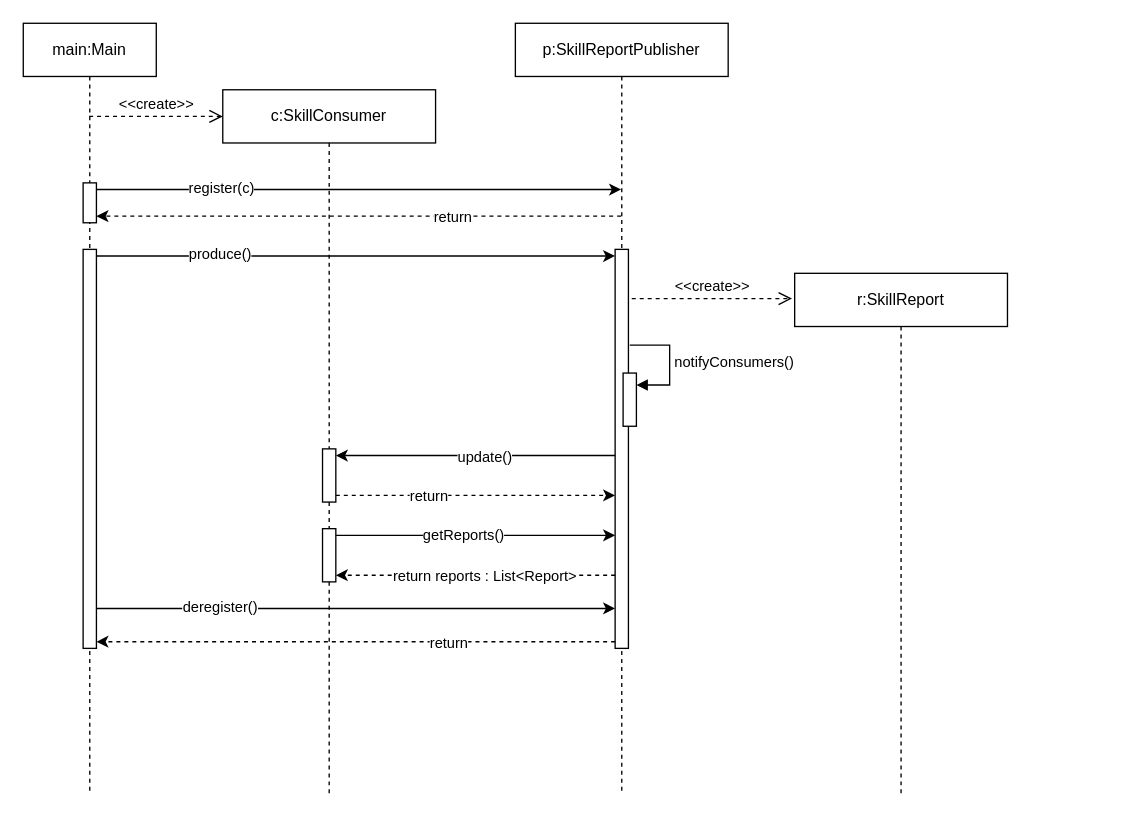
The draw.io diagram src/org/hbrs/se1/ws25/exercises/uebung9/aufgabe1/Übung9_Aufg1_mkierd2s.drawio in mike9701/se1ws25_mkierd2s, before the edit. Source tidied: cells renumbered, new cells numbered last; positions are measured from the earlier drawing's top-left corner, leaving out a move shared by most shapes. Both pictures are drawn from the tidied source at 133%, with x=0, y=0 at pixel (23, 23).
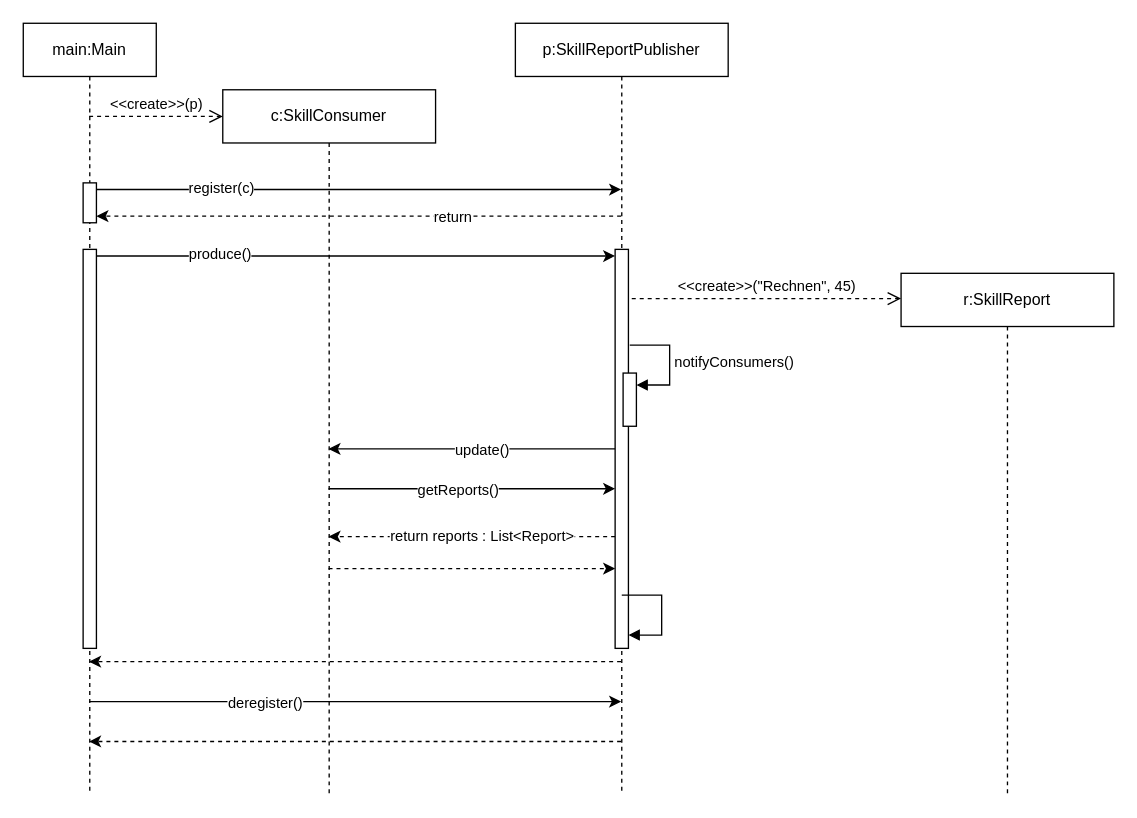
The same page after the edit.

Commit message (it also covers changes not shown here):
Added Übung9 Aufg1

The change refers to these unchanged cells:
```xml
<mxCell id="2" value="main:Main" style="shape=umlLifeline;perimeter=lifelinePerimeter;whiteSpace=wrap;html=1;outlineConnect=0;portConstraint=eastwest;newEdgeStyle={&quot;curved&quot;:0,&quot;rounded&quot;:0};" parent="1" vertex="1">
  <mxGeometry width="100" height="580" as="geometry" />
</mxCell>
<mxCell id="4" style="html=1;points=[[0,0,0,0,5],[0,1,0,0,-5],[1,0,0,0,5],[1,1,0,0,-5]];perimeter=orthogonalPerimeter;outlineConnect=0;targetShapes=umlLifeline;portConstraint=eastwest;newEdgeStyle={&quot;curved&quot;:0,&quot;rounded&quot;:0};" parent="2" vertex="1">
  <mxGeometry x="45" y="170" width="10" height="300" as="geometry" />
</mxCell>
<mxCell id="6" style="html=1;points=[[0,0,0,0,5],[0,1,0,0,-5],[1,0,0,0,5],[1,1,0,0,-5]];perimeter=orthogonalPerimeter;outlineConnect=0;targetShapes=umlLifeline;portConstraint=eastwest;newEdgeStyle={&quot;curved&quot;:0,&quot;rounded&quot;:0};" parent="5" vertex="1">
  <mxGeometry x="75" y="170" width="10" height="300" as="geometry" />
</mxCell>
<mxCell id="9" value="c:SkillConsumer" style="shape=umlLifeline;perimeter=lifelinePerimeter;whiteSpace=wrap;html=1;outlineConnect=0;portConstraint=eastwest;newEdgeStyle={&quot;curved&quot;:0,&quot;rounded&quot;:0};" parent="1" vertex="1">
  <mxGeometry x="150" y="50" width="160" height="530" as="geometry" />
</mxCell>
```

Change to the diagram source:
```diff
@@
-    <mxCell id="10" style="html=1;points=[[0,0,0,0,5],[0,1,0,0,-5],[1,0,0,0,5],[1,1,0,0,-5]];perimeter=orthogonalPerimeter;outlineConnect=0;targetShapes=umlLifeline;portConstraint=eastwest;newEdgeStyle={&quot;curved&quot;:0,&quot;rounded&quot;:0};" parent="9" vertex="1">
-      <mxGeometry x="75" y="270" width="10" height="40" as="geometry" />
-    </mxCell>
-    <mxCell id="11" style="html=1;points=[[0,0,0,0,5],[0,1,0,0,-5],[1,0,0,0,5],[1,1,0,0,-5]];perimeter=orthogonalPerimeter;outlineConnect=0;targetShapes=umlLifeline;portConstraint=eastwest;newEdgeStyle={&quot;curved&quot;:0,&quot;rounded&quot;:0};" parent="9" vertex="1">
-      <mxGeometry x="75" y="330" width="10" height="40" as="geometry" />
-    </mxCell>
     <mxCell id="12" value="r:SkillReport" style="shape=umlLifeline;perimeter=lifelinePerimeter;whiteSpace=wrap;html=1;newEdgeStyle={&quot;curved&quot;:0,&quot;rounded&quot;:0};" parent="1" vertex="1">
-      <mxGeometry x="580" y="188" width="160" height="392" as="geometry" />
+      <mxGeometry x="660" y="188" width="160" height="392" as="geometry" />
     </mxCell>
-    <mxCell id="13" value="&amp;lt;&amp;lt;create&amp;gt;&amp;gt;" style="endArrow=open;startArrow=none;endFill=0;startFill=0;endSize=8;html=1;verticalAlign=bottom;dashed=1;labelBackgroundColor=none;rounded=0;" parent="1" edge="1" source="2">
+    <mxCell id="13" value="&amp;lt;&amp;lt;create&amp;gt;&amp;gt;(p)" style="endArrow=open;startArrow=none;endFill=0;startFill=0;endSize=8;html=1;verticalAlign=bottom;dashed=1;labelBackgroundColor=none;rounded=0;" parent="1" edge="1" source="2">
       <mxGeometry relative="1" as="geometry">
         <mxPoint x="150" y="70" as="targetPoint" />
       </mxGeometry>
     </mxCell>
@@
-    <mxCell id="20" value="&amp;lt;&amp;lt;create&amp;gt;&amp;gt;" style="endArrow=open;startArrow=none;endFill=0;startFill=0;endSize=8;html=1;verticalAlign=bottom;dashed=1;labelBackgroundColor=none;rounded=0;" parent="1" edge="1">
+    <mxCell id="20" value="&amp;lt;&amp;lt;create&amp;gt;&amp;gt;(&quot;Rechnen&quot;, 45)" style="endArrow=open;startArrow=none;endFill=0;startFill=0;endSize=8;html=1;verticalAlign=bottom;dashed=1;labelBackgroundColor=none;rounded=0;" parent="1" edge="1">
       <mxGeometry relative="1" as="geometry">
         <mxPoint x="457.5" y="207" as="sourcePoint" />
-        <mxPoint x="578" y="207" as="targetPoint" />
+        <mxPoint x="660" y="207" as="targetPoint" />
       </mxGeometry>
     </mxCell>
-    <mxCell id="21" style="endArrow=classic;html=1;rounded=0;entryX=1;entryY=0;entryDx=0;entryDy=5;entryPerimeter=0;" parent="1" edge="1" source="6" target="10">
+    <mxCell id="21" style="endArrow=classic;html=1;rounded=0;" parent="1" edge="1" source="6" target="9">
       <mxGeometry relative="1" as="geometry" />
     </mxCell>
@@
-    <mxCell id="23" style="endArrow=classic;html=1;rounded=0;dashed=1;exitX=1;exitY=1;exitDx=0;exitDy=-5;exitPerimeter=0;" parent="1" edge="1" source="10" target="6">
-      <mxGeometry relative="1" as="geometry" />
+    <mxCell id="23" style="endArrow=classic;html=1;rounded=0;" parent="1" edge="1">
+      <mxGeometry relative="1" as="geometry">
+        <mxPoint x="229.5" y="350" as="sourcePoint" />
+        <mxPoint x="445" y="350" as="targetPoint" />
+      </mxGeometry>
     </mxCell>
-    <mxCell id="24" value="return" style="edgeLabel;html=1;align=center;verticalAlign=middle;" parent="23" vertex="1">
+    <mxCell id="24" value="getReports()" style="edgeLabel;html=1;align=center;verticalAlign=middle;" parent="23" vertex="1">
       <mxGeometry x="-0.35" relative="1" as="geometry">
-        <mxPoint x="1" as="offset" />
+        <mxPoint x="27" as="offset" />
       </mxGeometry>
     </mxCell>
-    <mxCell id="25" style="endArrow=classic;html=1;rounded=0;exitX=1;exitY=0;exitDx=0;exitDy=5;exitPerimeter=0;" parent="1" edge="1" source="11" target="6">
-      <mxGeometry relative="1" as="geometry" />
-    </mxCell>
-    <mxCell id="26" value="getReports()" style="edgeLabel;html=1;align=center;verticalAlign=middle;" parent="25" vertex="1">
-      <mxGeometry x="0.3" y="-1" relative="1" as="geometry">
-        <mxPoint x="-42" y="-2" as="offset" />
-      </mxGeometry>
-    </mxCell>
-    <mxCell id="27" style="endArrow=classic;html=1;rounded=0;dashed=1;entryX=1;entryY=1;entryDx=0;entryDy=-5;entryPerimeter=0;" parent="1" edge="1" source="6" target="11">
-      <mxGeometry relative="1" as="geometry" />
+    <mxCell id="27" style="endArrow=classic;html=1;rounded=0;dashed=1;" parent="1" edge="1" target="9">
+      <mxGeometry relative="1" as="geometry">
+        <mxPoint x="445" y="386" as="sourcePoint" />
+      </mxGeometry>
     </mxCell>
     <mxCell id="28" value="return reports : List&amp;lt;Report&amp;gt;" style="edgeLabel;html=1;align=center;verticalAlign=middle;" parent="27" vertex="1">
       <mxGeometry x="-0.35" relative="1" as="geometry">
-        <mxPoint x="-31" as="offset" />
+        <mxPoint x="-31" y="-1" as="offset" />
       </mxGeometry>
     </mxCell>
-    <mxCell id="29" style="endArrow=classic;html=1;rounded=0;" parent="1" edge="1" target="6">
-      <mxGeometry relative="1" as="geometry">
-        <mxPoint x="55" y="440" as="sourcePoint" />
-      </mxGeometry>
-    </mxCell>
+    <mxCell id="33" style="endArrow=classic;html=1;rounded=0;dashed=1;" parent="1" edge="1">
+      <mxGeometry relative="1" as="geometry">
+        <mxPoint x="229.5" y="410" as="sourcePoint" />
+        <mxPoint x="445" y="410" as="targetPoint" />
+      </mxGeometry>
+    </mxCell>
+    <mxCell id="34" style="html=1;align=left;spacingLeft=2;endArrow=block;rounded=0;edgeStyle=orthogonalEdgeStyle;curved=0;rounded=0;" parent="1" edge="1">
+      <mxGeometry relative="1" as="geometry">
+        <mxPoint x="450" y="430" as="sourcePoint" />
+        <mxPoint x="455" y="460" as="targetPoint" />
+        <Array as="points">
+          <mxPoint x="480" y="460" />
+        </Array>
+      </mxGeometry>
+    </mxCell>
+    <mxCell id="35" style="endArrow=classic;html=1;rounded=0;dashed=1;" parent="1" edge="1">
+      <mxGeometry relative="1" as="geometry">
+        <mxPoint x="449.5" y="480" as="sourcePoint" />
+        <mxPoint x="49.5" y="480" as="targetPoint" />
+      </mxGeometry>
+    </mxCell>
+    <mxCell id="36" style="endArrow=classic;html=1;rounded=0;" parent="1" edge="1">
+      <mxGeometry relative="1" as="geometry">
+        <mxPoint x="49.5" y="510" as="sourcePoint" />
+        <mxPoint x="449.5" y="510" as="targetPoint" />
+      </mxGeometry>
+    </mxCell>
-    <mxCell id="30" value="deregister()" style="edgeLabel;html=1;align=center;verticalAlign=middle;" parent="29" vertex="1">
-      <mxGeometry x="-0.53" y="2" relative="1" as="geometry" />
+    <mxCell id="30" value="deregister()" style="edgeLabel;html=1;align=center;verticalAlign=middle;" parent="36" vertex="1">
+      <mxGeometry x="-0.34" relative="1" as="geometry" />
     </mxCell>
-    <mxCell id="31" style="endArrow=classic;html=1;rounded=0;entryX=1;entryY=1;entryDx=0;entryDy=-5;entryPerimeter=0;dashed=1;" parent="1" edge="1" source="6" target="4">
-      <mxGeometry relative="1" as="geometry" />
-    </mxCell>
-    <mxCell id="32" value="return" style="edgeLabel;html=1;align=center;verticalAlign=middle;" parent="31" vertex="1">
-      <mxGeometry x="-0.35" relative="1" as="geometry">
-        <mxPoint x="1" as="offset" />
-      </mxGeometry>
-    </mxCell>
+    <mxCell id="37" style="endArrow=classic;html=1;rounded=0;dashed=1;" parent="1" edge="1">
+      <mxGeometry relative="1" as="geometry">
+        <mxPoint x="449.5" y="540" as="sourcePoint" />
+        <mxPoint x="49.5" y="540" as="targetPoint" />
+      </mxGeometry>
+    </mxCell>
```
